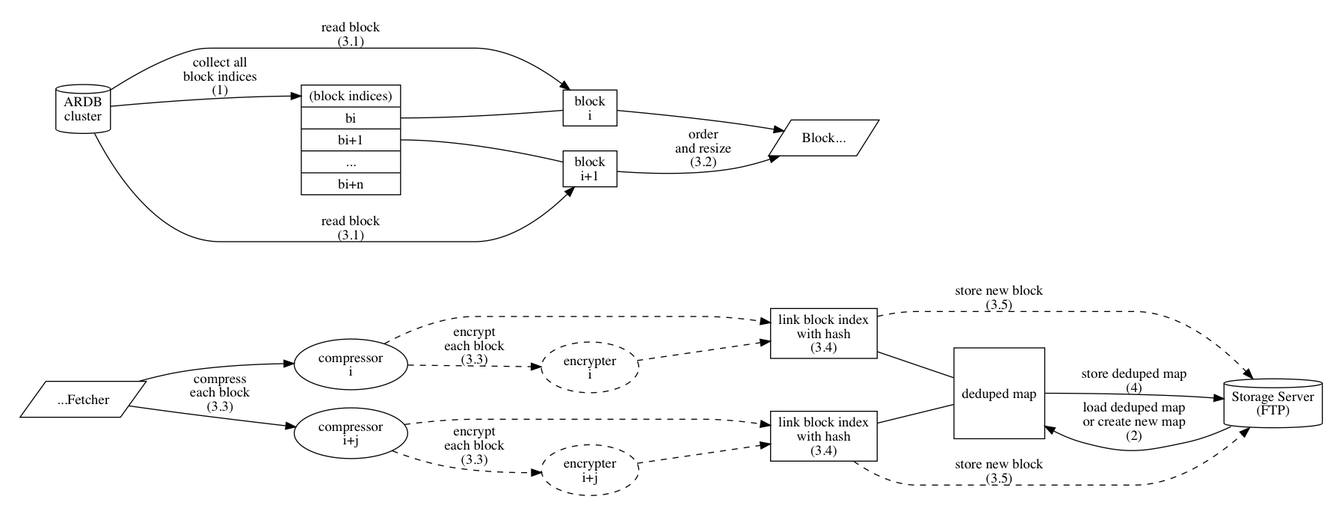
Above: docs/assets/backup_overview_export.png in g8os/EFBD (Graphviz), before the change. Its source is kept beside it as docs/assets/src/backup_overview_export.dot.
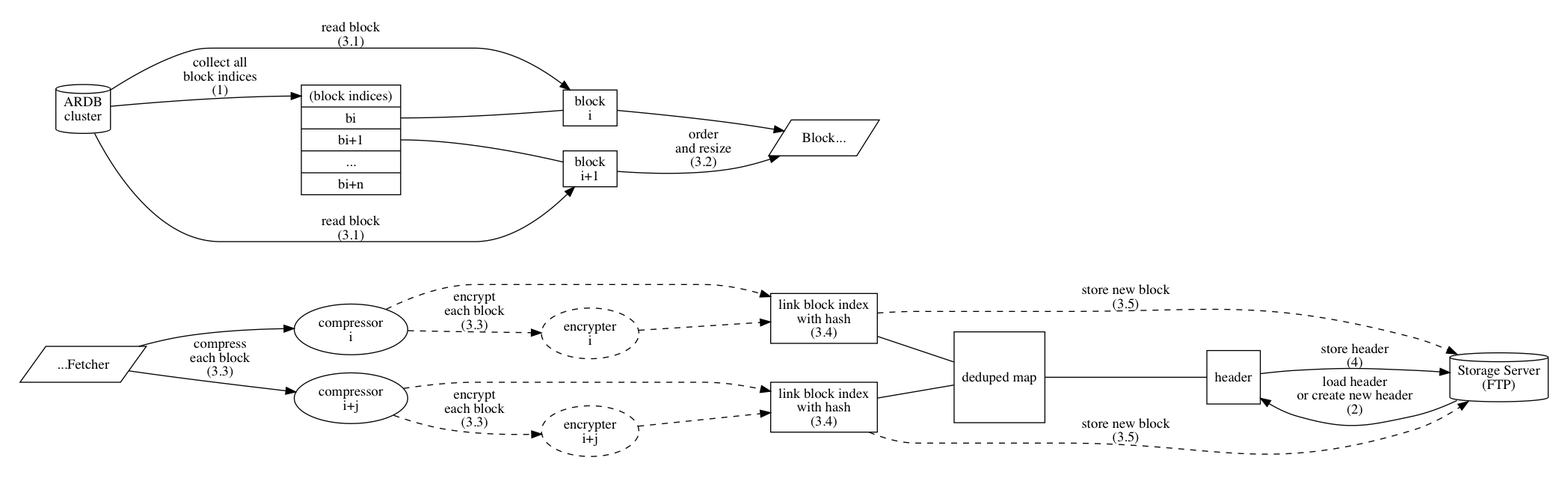
After the commit.

The edit, as a diff of the source:
```diff
@@ -62,15 +62,20 @@
         label = "deduped map"
         shape = "square"
     ]
+    header [
+        label = "header"
+        shape = "square"
+    ]
+    dedupedMap -> header  [ dir = "none" ]
     storageServer [
         shape = "cylinder"
         label = "Storage Server\n(FTP)"
     ]
-    dedupedMap -> storageServer [
-        label = "store deduped map\n(4)"
+    header -> storageServer [
+        label = "store header\n(4)"
     ]
-    storageServer -> dedupedMap [
-        label = "load deduped map\nor create new map\n(2)"
+    storageServer -> header [
+        label = "load header\nor create new header\n(2)"
     ]
 
     indexHashLinker1 -> dedupedMap [ dir = "none" ]
```
